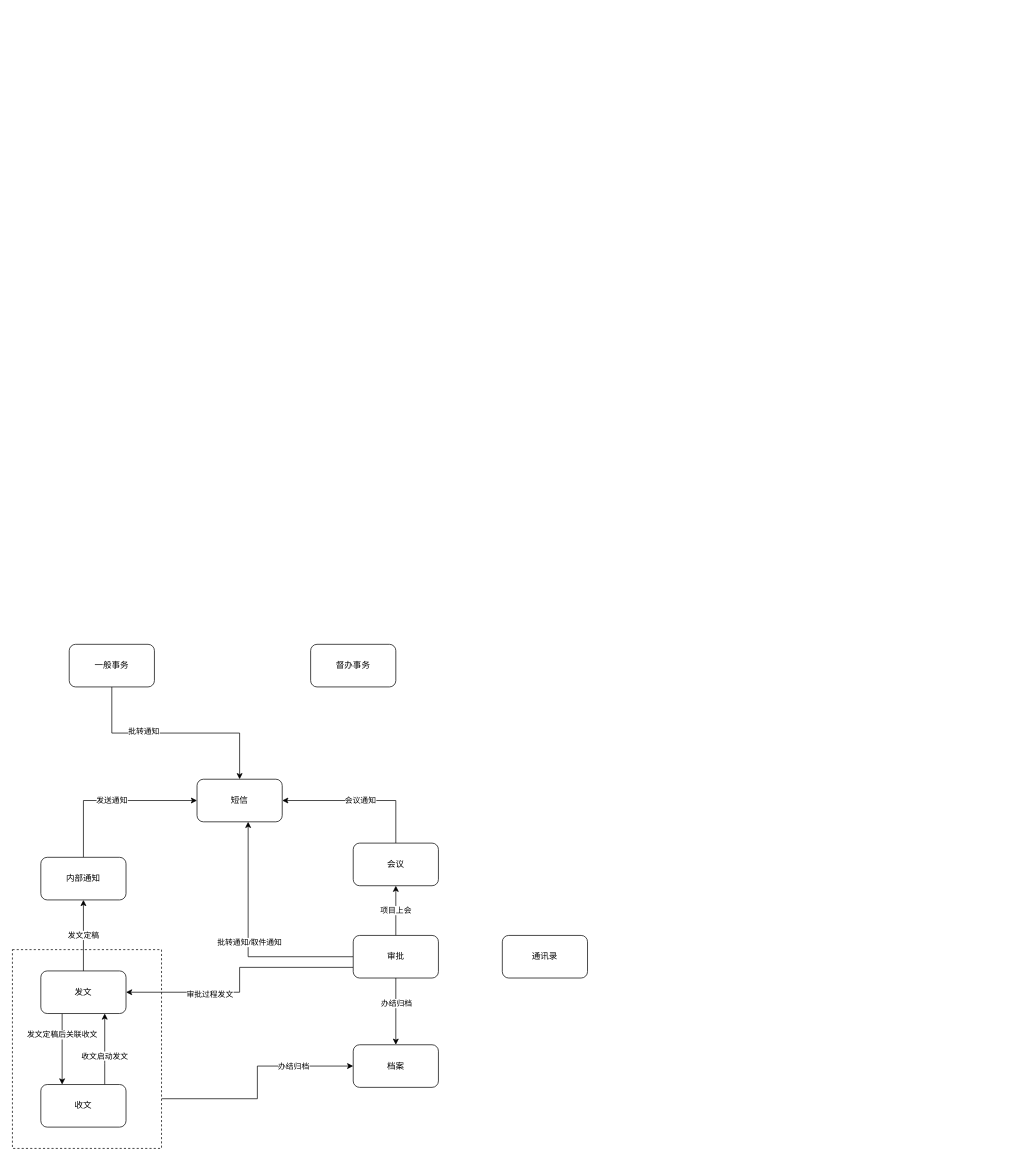
This is 一站式2022.drawio from yinyan168/StudyUML, a draw.io file, before an edit. Source tidied: cells renumbered, new cells numbered last; positions are measured from the earlier drawing's top-left corner, leaving out a move shared by most shapes. Both pictures are drawn from the tidied source at 71%, with x=0, y=0 at pixel (12, 644).
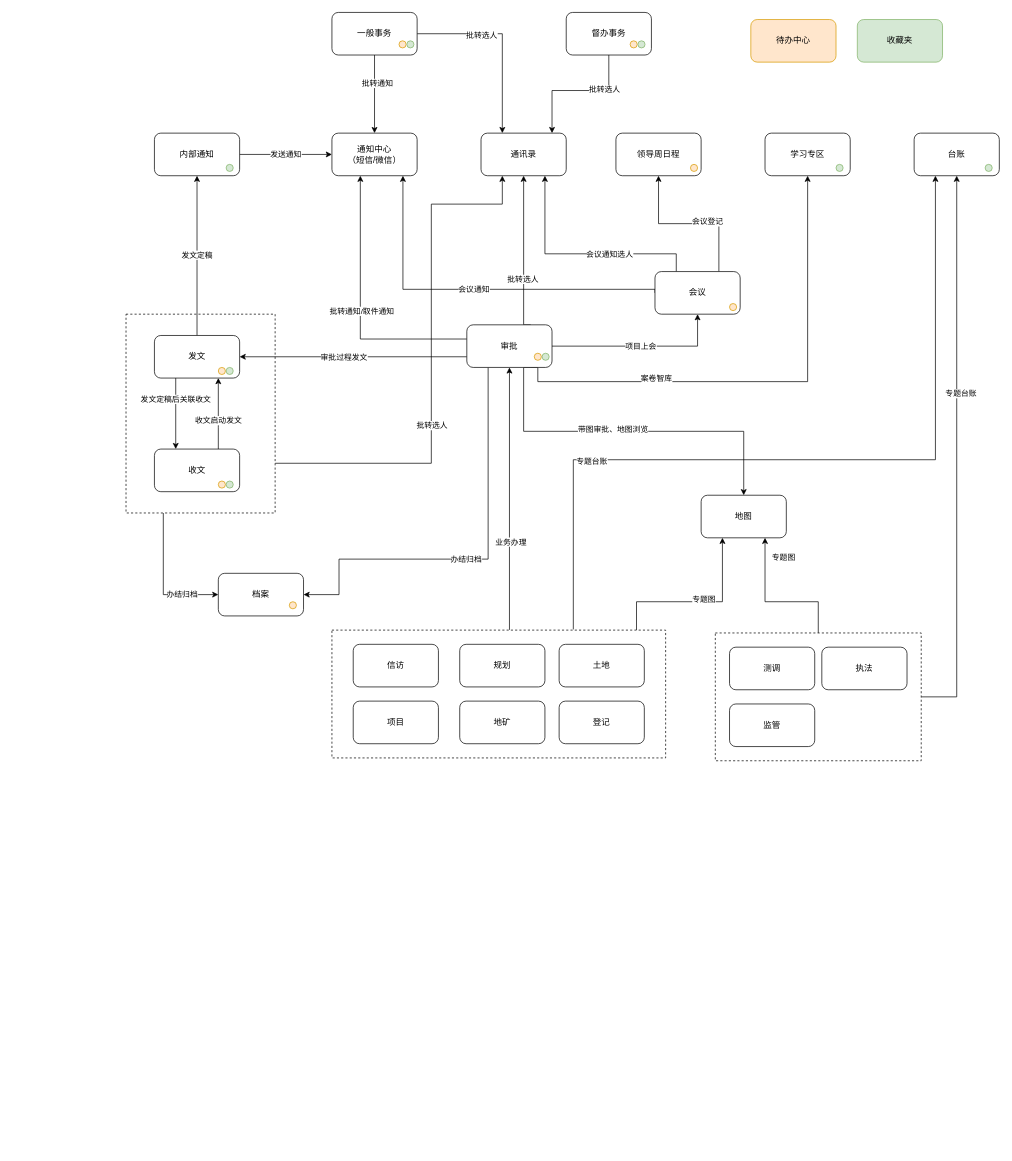
After the change.

Commit message (it also covers changes not shown here):
更新一站式2022.drawio

The edit, as a diff of the source:
```diff
@@
+    <mxCell id="29" style="edgeStyle=orthogonalEdgeStyle;rounded=0;jettySize=auto;html=1;exitX=1;exitY=0.5;exitDx=0;exitDy=0;entryX=0.5;entryY=1;entryDx=0;entryDy=0;" parent="1" edge="1" source="33" target="57">
+      <mxGeometry relative="1" as="geometry" />
+    </mxCell>
+    <mxCell id="30" value="专题台账" style="edgeLabel;html=1;align=center;verticalAlign=middle;" parent="29" vertex="1">
+      <mxGeometry x="0.22" y="-5" relative="1" as="geometry" />
+    </mxCell>
+    <mxCell id="31" style="edgeStyle=orthogonalEdgeStyle;rounded=0;jettySize=auto;html=1;entryX=0.75;entryY=1;entryDx=0;entryDy=0;" parent="1" edge="1" source="33" target="58">
+      <mxGeometry relative="1" as="geometry">
+        <Array as="points">
+          <mxPoint x="1135" y="-60" />
+          <mxPoint x="1060" y="-60" />
+        </Array>
+      </mxGeometry>
+    </mxCell>
+    <mxCell id="32" value="专题图" style="edgeLabel;html=1;align=center;verticalAlign=middle;" parent="31" vertex="1">
+      <mxGeometry x="-0.47" y="-4" relative="1" as="geometry">
+        <mxPoint x="-39" y="-59" as="offset" />
+      </mxGeometry>
+    </mxCell>
+    <mxCell id="33" style="rounded=0;whiteSpace=wrap;html=1;dashed=1;" parent="1" vertex="1">
+      <mxGeometry x="990" y="-16" width="290" height="180" as="geometry" />
+    </mxCell>
+    <mxCell id="34" style="edgeStyle=orthogonalEdgeStyle;rounded=0;jettySize=auto;html=1;exitX=0.532;exitY=-0.002;exitDx=0;exitDy=0;exitPerimeter=0;" parent="1" edge="1" source="40" target="22">
+      <mxGeometry relative="1" as="geometry" />
+    </mxCell>
+    <mxCell id="35" value="业务办理" style="edgeLabel;html=1;align=center;verticalAlign=middle;" parent="34" vertex="1">
+      <mxGeometry x="-0.33" y="-1" relative="1" as="geometry" />
+    </mxCell>
+    <mxCell id="36" style="edgeStyle=orthogonalEdgeStyle;rounded=0;jettySize=auto;html=1;entryX=0.25;entryY=1;entryDx=0;entryDy=0;" parent="1" edge="1" target="57">
+      <mxGeometry relative="1" as="geometry">
+        <mxPoint x="790" y="-21" as="sourcePoint" />
+        <Array as="points">
+          <mxPoint x="790" y="-260" />
+          <mxPoint x="1300" y="-260" />
+        </Array>
+      </mxGeometry>
+    </mxCell>
+    <mxCell id="37" value="专题台账" style="edgeLabel;html=1;align=center;verticalAlign=middle;" parent="36" vertex="1">
+      <mxGeometry x="-0.54" y="-1" relative="1" as="geometry" />
+    </mxCell>
+    <mxCell id="38" style="edgeStyle=orthogonalEdgeStyle;rounded=0;jettySize=auto;html=1;entryX=0.25;entryY=1;entryDx=0;entryDy=0;" parent="1" edge="1" source="40" target="58">
+      <mxGeometry relative="1" as="geometry">
+        <Array as="points">
+          <mxPoint x="879" y="-60" />
+          <mxPoint x="1000" y="-60" />
+        </Array>
+      </mxGeometry>
+    </mxCell>
+    <mxCell id="39" value="专题图" style="edgeLabel;html=1;align=center;verticalAlign=middle;" parent="38" vertex="1">
+      <mxGeometry x="0.32" y="1" relative="1" as="geometry">
+        <mxPoint x="-26" y="1" as="offset" />
+      </mxGeometry>
+    </mxCell>
+    <mxCell id="40" style="rounded=0;whiteSpace=wrap;html=1;dashed=1;" parent="1" vertex="1">
+      <mxGeometry x="450" y="-20" width="470" height="180" as="geometry" />
+    </mxCell>
-    <mxCell id="2" style="edgeStyle=orthogonalEdgeStyle;rounded=0;jettySize=auto;html=1;exitX=1;exitY=0.75;exitDx=0;exitDy=0;" parent="1" edge="1" source="4" target="27">
-      <mxGeometry relative="1" as="geometry" />
+    <mxCell id="2" style="edgeStyle=orthogonalEdgeStyle;rounded=0;jettySize=auto;html=1;exitX=0.25;exitY=1;exitDx=0;exitDy=0;entryX=0;entryY=0.5;entryDx=0;entryDy=0;" parent="1" edge="1" source="4" target="27">
+      <mxGeometry relative="1" as="geometry">
+        <Array as="points">
+          <mxPoint x="213" y="-70" />
+        </Array>
+      </mxGeometry>
     </mxCell>
@@
+    <mxCell id="41" style="edgeStyle=orthogonalEdgeStyle;rounded=0;jettySize=auto;html=1;exitX=1;exitY=0.75;exitDx=0;exitDy=0;entryX=0.25;entryY=1;entryDx=0;entryDy=0;" parent="1" edge="1" source="4" target="28">
+      <mxGeometry relative="1" as="geometry">
+        <Array as="points">
+          <mxPoint x="590" y="-255" />
+          <mxPoint x="590" y="-620" />
+          <mxPoint x="690" y="-620" />
+        </Array>
+      </mxGeometry>
+    </mxCell>
+    <mxCell id="42" value="批转选人" style="edgeLabel;html=1;align=center;verticalAlign=middle;" parent="41" vertex="1">
+      <mxGeometry x="-0.04" y="-1" relative="1" as="geometry">
+        <mxPoint x="-1" y="74" as="offset" />
+      </mxGeometry>
+    </mxCell>
     <mxCell id="4" style="rounded=0;whiteSpace=wrap;html=1;dashed=1;" parent="1" vertex="1">
-      <mxGeometry y="430" width="210" height="280" as="geometry" />
+      <mxGeometry x="160" y="-465" width="210" height="280" as="geometry" />
     </mxCell>
-    <mxCell id="5" value="发送通知" style="rounded=0;jettySize=auto;html=1;exitX=0.5;exitY=0;exitDx=0;exitDy=0;entryX=0;entryY=0.5;entryDx=0;entryDy=0;edgeStyle=orthogonalEdgeStyle;" parent="1" edge="1" source="6" target="12">
+    <mxCell id="5" value="发送通知" style="rounded=0;jettySize=auto;html=1;exitX=1;exitY=0.5;exitDx=0;exitDy=0;entryX=0;entryY=0.5;entryDx=0;entryDy=0;edgeStyle=orthogonalEdgeStyle;" parent="1" edge="1" source="6" target="12">
       <mxGeometry relative="1" as="geometry" />
     </mxCell>
     <mxCell id="6" value="内部通知" style="rounded=1;whiteSpace=wrap;html=1;" parent="1" vertex="1">
-      <mxGeometry x="40" y="300" width="120" height="60" as="geometry" />
+      <mxGeometry x="200" y="-720" width="120" height="60" as="geometry" />
     </mxCell>
@@
     <mxCell id="9" value="发文" style="rounded=1;whiteSpace=wrap;html=1;" parent="1" vertex="1">
-      <mxGeometry x="40" y="460" width="120" height="60" as="geometry" />
+      <mxGeometry x="200" y="-435" width="120" height="60" as="geometry" />
     </mxCell>
     <mxCell id="10" value="收文启动发文" style="edgeStyle=orthogonalEdgeStyle;rounded=0;jettySize=auto;html=1;entryX=0.75;entryY=1;entryDx=0;entryDy=0;exitX=0.75;exitY=0;exitDx=0;exitDy=0;" parent="1" edge="1" source="11" target="9">
       <mxGeometry x="-0.2" relative="1" as="geometry">
         <Array as="points">
-          <mxPoint x="130" y="590" />
-          <mxPoint x="130" y="590" />
+          <mxPoint x="290" y="-305" />
+          <mxPoint x="290" y="-305" />
         </Array>
       </mxGeometry>
     </mxCell>
     <mxCell id="11" value="收文" style="rounded=1;whiteSpace=wrap;html=1;" parent="1" vertex="1">
-      <mxGeometry x="40" y="620" width="120" height="60" as="geometry" />
+      <mxGeometry x="200" y="-275" width="120" height="60" as="geometry" />
     </mxCell>
-    <mxCell id="12" value="短信" style="rounded=1;whiteSpace=wrap;html=1;" parent="1" vertex="1">
-      <mxGeometry x="260" y="190" width="120" height="60" as="geometry" />
+    <mxCell id="12" value="通知中心&lt;br&gt;（短信/微信）" style="rounded=1;whiteSpace=wrap;html=1;" parent="1" vertex="1">
+      <mxGeometry x="450" y="-720" width="120" height="60" as="geometry" />
     </mxCell>
-    <mxCell id="13" value="会议通知" style="edgeStyle=orthogonalEdgeStyle;rounded=0;jettySize=auto;html=1;entryX=1;entryY=0.5;entryDx=0;entryDy=0;exitX=0.5;exitY=0;exitDx=0;exitDy=0;" parent="1" edge="1" source="14" target="12">
-      <mxGeometry relative="1" as="geometry" />
+    <mxCell id="13" value="会议通知" style="edgeStyle=orthogonalEdgeStyle;rounded=0;jettySize=auto;html=1;exitX=0;exitY=0.5;exitDx=0;exitDy=0;" parent="1" edge="1" source="14">
+      <mxGeometry relative="1" as="geometry">
+        <mxPoint x="550" y="-660" as="targetPoint" />
+        <Array as="points">
+          <mxPoint x="905" y="-500" />
+          <mxPoint x="550" y="-500" />
+        </Array>
+      </mxGeometry>
     </mxCell>
+    <mxCell id="43" style="edgeStyle=orthogonalEdgeStyle;rounded=0;jettySize=auto;html=1;exitX=0.25;exitY=0;exitDx=0;exitDy=0;" parent="1" edge="1" source="14" target="28">
+      <mxGeometry relative="1" as="geometry">
+        <Array as="points">
+          <mxPoint x="935" y="-550" />
+          <mxPoint x="750" y="-550" />
+        </Array>
+      </mxGeometry>
+    </mxCell>
+    <mxCell id="44" value="会议通知选人" style="edgeLabel;html=1;align=center;verticalAlign=middle;" parent="43" vertex="1">
+      <mxGeometry x="-0.53" y="-5" relative="1" as="geometry">
+        <mxPoint x="-45" y="5" as="offset" />
+      </mxGeometry>
+    </mxCell>
+    <mxCell id="45" style="edgeStyle=orthogonalEdgeStyle;rounded=0;jettySize=auto;html=1;exitX=0.75;exitY=0;exitDx=0;exitDy=0;" parent="1" edge="1" source="14" target="61">
+      <mxGeometry relative="1" as="geometry" />
+    </mxCell>
+    <mxCell id="46" value="会议登记" style="edgeLabel;html=1;align=center;verticalAlign=middle;" parent="45" vertex="1">
+      <mxGeometry x="-0.24" y="-3" relative="1" as="geometry" />
+    </mxCell>
     <mxCell id="14" value="会议" style="rounded=1;whiteSpace=wrap;html=1;" parent="1" vertex="1">
-      <mxGeometry x="480" y="280" width="120" height="60" as="geometry" />
+      <mxGeometry x="905" y="-525" width="120" height="60" as="geometry" />
     </mxCell>
-    <mxCell id="15" value="项目上会" style="edgeStyle=none;rounded=0;jettySize=auto;html=1;entryX=0.5;entryY=1;entryDx=0;entryDy=0;" parent="1" edge="1" source="22" target="14">
+    <mxCell id="15" value="项目上会" style="edgeStyle=orthogonalEdgeStyle;rounded=0;jettySize=auto;html=1;entryX=0.5;entryY=1;entryDx=0;entryDy=0;" parent="1" edge="1" source="22" target="14">
       <mxGeometry relative="1" as="geometry" />
     </mxCell>
-    <mxCell id="16" style="edgeStyle=orthogonalEdgeStyle;rounded=0;jettySize=auto;html=1;entryX=0.6;entryY=1;entryDx=0;entryDy=0;entryPerimeter=0;" parent="1" edge="1" source="22" target="12">
-      <mxGeometry relative="1" as="geometry" />
+    <mxCell id="16" style="edgeStyle=orthogonalEdgeStyle;rounded=0;jettySize=auto;html=1;" parent="1" edge="1" source="22" target="12">
+      <mxGeometry relative="1" as="geometry">
+        <Array as="points">
+          <mxPoint x="490" y="-430" />
+        </Array>
+      </mxGeometry>
     </mxCell>
@@
+    <mxCell id="20" style="edgeStyle=orthogonalEdgeStyle;rounded=0;jettySize=auto;html=1;exitX=0;exitY=0.75;exitDx=0;exitDy=0;" parent="1" edge="1" source="22" target="9">
+      <mxGeometry relative="1" as="geometry" />
+    </mxCell>
+    <mxCell id="21" value="审批过程发文" style="edgeLabel;html=1;align=center;verticalAlign=middle;" parent="20" vertex="1">
+      <mxGeometry x="0.34" y="2" relative="1" as="geometry">
+        <mxPoint x="40" y="-2" as="offset" />
+      </mxGeometry>
+    </mxCell>
+    <mxCell id="47" style="edgeStyle=orthogonalEdgeStyle;rounded=0;jettySize=auto;html=1;exitX=0.75;exitY=0;exitDx=0;exitDy=0;" parent="1" edge="1" source="22" target="28">
+      <mxGeometry relative="1" as="geometry">
+        <Array as="points">
+          <mxPoint x="720" y="-450" />
+        </Array>
+      </mxGeometry>
+    </mxCell>
+    <mxCell id="48" value="批转选人" style="edgeLabel;html=1;align=center;verticalAlign=middle;" parent="47" vertex="1">
+      <mxGeometry x="-0.32" y="2" relative="1" as="geometry" />
+    </mxCell>
+    <mxCell id="49" style="edgeStyle=orthogonalEdgeStyle;rounded=0;jettySize=auto;html=1;exitX=0.75;exitY=1;exitDx=0;exitDy=0;" parent="1" edge="1" source="22" target="58">
+      <mxGeometry relative="1" as="geometry">
+        <Array as="points">
+          <mxPoint x="720" y="-390" />
+          <mxPoint x="720" y="-300" />
+          <mxPoint x="1030" y="-300" />
+        </Array>
+      </mxGeometry>
+    </mxCell>
+    <mxCell id="50" value="带图审批、地图浏览" style="edgeLabel;html=1;align=center;verticalAlign=middle;" parent="49" vertex="1">
+      <mxGeometry x="-0.1" y="4" relative="1" as="geometry" />
+    </mxCell>
-    <mxCell id="18" style="edgeStyle=orthogonalEdgeStyle;rounded=0;jettySize=auto;html=1;exitX=0.5;exitY=1;exitDx=0;exitDy=0;entryX=0.5;entryY=0;entryDx=0;entryDy=0;" parent="1" edge="1" source="22" target="27">
-      <mxGeometry relative="1" as="geometry" />
+    <mxCell id="18" style="edgeStyle=orthogonalEdgeStyle;rounded=0;jettySize=auto;html=1;exitX=0.25;exitY=1;exitDx=0;exitDy=0;entryX=1;entryY=0.5;entryDx=0;entryDy=0;" parent="1" edge="1" source="22" target="27">
+      <mxGeometry relative="1" as="geometry">
+        <Array as="points">
+          <mxPoint x="670" y="-120" />
+          <mxPoint x="460" y="-120" />
+          <mxPoint x="460" y="-70" />
+        </Array>
+      </mxGeometry>
     </mxCell>
     <mxCell id="19" value="办结归档" style="edgeLabel;html=1;align=center;verticalAlign=middle;" parent="18" vertex="1">
-      <mxGeometry x="-0.26" relative="1" as="geometry" />
+      <mxGeometry x="0.04" relative="1" as="geometry" />
     </mxCell>
-    <mxCell id="20" style="edgeStyle=orthogonalEdgeStyle;rounded=0;jettySize=auto;html=1;exitX=0;exitY=0.75;exitDx=0;exitDy=0;" parent="1" edge="1" source="22" target="9">
-      <mxGeometry relative="1" as="geometry" />
-    </mxCell>
-    <mxCell id="21" value="审批过程发文" style="edgeLabel;html=1;align=center;verticalAlign=middle;" parent="20" vertex="1">
-      <mxGeometry x="0.34" y="2" relative="1" as="geometry" />
-    </mxCell>
+    <mxCell id="51" style="edgeStyle=orthogonalEdgeStyle;rounded=0;jettySize=auto;html=1;exitX=0.75;exitY=1;exitDx=0;exitDy=0;entryX=0.5;entryY=1;entryDx=0;entryDy=0;" parent="1" edge="1" source="22" target="60">
+      <mxGeometry relative="1" as="geometry">
+        <Array as="points">
+          <mxPoint x="740" y="-390" />
+          <mxPoint x="740" y="-370" />
+          <mxPoint x="1120" y="-370" />
+        </Array>
+      </mxGeometry>
+    </mxCell>
+    <mxCell id="52" value="案卷智库" style="edgeLabel;html=1;align=center;verticalAlign=middle;" parent="51" vertex="1">
+      <mxGeometry x="-0.44" y="-4" relative="1" as="geometry">
+        <mxPoint y="-9" as="offset" />
+      </mxGeometry>
+    </mxCell>
     <mxCell id="22" value="审批" style="rounded=1;whiteSpace=wrap;html=1;" parent="1" vertex="1">
-      <mxGeometry x="480" y="410" width="120" height="60" as="geometry" />
+      <mxGeometry x="640" y="-450" width="120" height="60" as="geometry" />
     </mxCell>
@@
+    <mxCell id="53" style="edgeStyle=orthogonalEdgeStyle;rounded=0;jettySize=auto;html=1;" parent="1" edge="1" target="28">
+      <mxGeometry relative="1" as="geometry">
+        <mxPoint x="570" y="-860" as="sourcePoint" />
+        <Array as="points">
+          <mxPoint x="690" y="-860" />
+        </Array>
+      </mxGeometry>
+    </mxCell>
+    <mxCell id="54" value="批转选人" style="edgeLabel;html=1;align=center;verticalAlign=middle;" parent="53" vertex="1">
+      <mxGeometry x="-0.31" y="-2" relative="1" as="geometry" />
+    </mxCell>
     <mxCell id="25" value="一般事务" style="rounded=1;whiteSpace=wrap;html=1;" parent="1" vertex="1">
-      <mxGeometry x="80" width="120" height="60" as="geometry" />
+      <mxGeometry x="450" y="-890" width="120" height="60" as="geometry" />
     </mxCell>
+    <mxCell id="55" style="edgeStyle=orthogonalEdgeStyle;rounded=0;jettySize=auto;html=1;" parent="1" edge="1" source="26" target="28">
+      <mxGeometry relative="1" as="geometry">
+        <Array as="points">
+          <mxPoint x="840" y="-780" />
+          <mxPoint x="760" y="-780" />
+        </Array>
+      </mxGeometry>
+    </mxCell>
+    <mxCell id="56" value="批转选人" style="edgeLabel;html=1;align=center;verticalAlign=middle;" parent="55" vertex="1">
+      <mxGeometry x="-0.4" y="-2" relative="1" as="geometry" />
+    </mxCell>
     <mxCell id="26" value="督办事务" style="rounded=1;whiteSpace=wrap;html=1;" parent="1" vertex="1">
-      <mxGeometry x="420" width="120" height="60" as="geometry" />
+      <mxGeometry x="780" y="-890" width="120" height="60" as="geometry" />
     </mxCell>
     <mxCell id="27" value="档案" style="rounded=1;whiteSpace=wrap;html=1;" parent="1" vertex="1">
-      <mxGeometry x="480" y="564" width="120" height="60" as="geometry" />
+      <mxGeometry x="290" y="-100" width="120" height="60" as="geometry" />
     </mxCell>
     <mxCell id="28" value="通讯录" style="rounded=1;whiteSpace=wrap;html=1;" parent="1" vertex="1">
-      <mxGeometry x="690" y="410" width="120" height="60" as="geometry" />
+      <mxGeometry x="660" y="-720" width="120" height="60" as="geometry" />
     </mxCell>
+    <mxCell id="57" value="台账" style="rounded=1;whiteSpace=wrap;html=1;" parent="1" vertex="1">
+      <mxGeometry x="1270" y="-720" width="120" height="60" as="geometry" />
+    </mxCell>
+    <mxCell id="58" value="地图" style="rounded=1;whiteSpace=wrap;html=1;" parent="1" vertex="1">
+      <mxGeometry x="970" y="-210" width="120" height="60" as="geometry" />
+    </mxCell>
+    <mxCell id="59" value="信访" style="rounded=1;whiteSpace=wrap;html=1;" parent="1" vertex="1">
+      <mxGeometry x="480" width="120" height="60" as="geometry" />
+    </mxCell>
+    <mxCell id="60" value="学习专区" style="rounded=1;whiteSpace=wrap;html=1;" parent="1" vertex="1">
+      <mxGeometry x="1060" y="-720" width="120" height="60" as="geometry" />
+    </mxCell>
+    <mxCell id="61" value="领导周日程" style="rounded=1;whiteSpace=wrap;html=1;" parent="1" vertex="1">
+      <mxGeometry x="850" y="-720" width="120" height="60" as="geometry" />
+    </mxCell>
+    <mxCell id="62" value="收藏夹" style="rounded=1;whiteSpace=wrap;html=1;fillColor=#d5e8d4;strokeColor=#82b366;" parent="1" vertex="1">
+      <mxGeometry x="1190" y="-880" width="120" height="60" as="geometry" />
+    </mxCell>
+    <mxCell id="63" value="待办中心" style="rounded=1;whiteSpace=wrap;html=1;fillColor=#ffe6cc;strokeColor=#d79b00;" parent="1" vertex="1">
+      <mxGeometry x="1040" y="-880" width="120" height="60" as="geometry" />
+    </mxCell>
+    <mxCell id="64" value="规划" style="rounded=1;whiteSpace=wrap;html=1;" parent="1" vertex="1">
+      <mxGeometry x="630" width="120" height="60" as="geometry" />
+    </mxCell>
+    <mxCell id="65" value="土地" style="rounded=1;whiteSpace=wrap;html=1;" parent="1" vertex="1">
+      <mxGeometry x="770" width="120" height="60" as="geometry" />
+    </mxCell>
+    <mxCell id="66" value="项目" style="rounded=1;whiteSpace=wrap;html=1;" parent="1" vertex="1">
+      <mxGeometry x="480" y="80" width="120" height="60" as="geometry" />
+    </mxCell>
+    <mxCell id="67" value="地矿" style="rounded=1;whiteSpace=wrap;html=1;" parent="1" vertex="1">
+      <mxGeometry x="630" y="80" width="120" height="60" as="geometry" />
+    </mxCell>
+    <mxCell id="68" value="登记" style="rounded=1;whiteSpace=wrap;html=1;" parent="1" vertex="1">
+      <mxGeometry x="770" y="80" width="120" height="60" as="geometry" />
+    </mxCell>
+    <mxCell id="69" value="测调" style="rounded=1;whiteSpace=wrap;html=1;" parent="1" vertex="1">
+      <mxGeometry x="1010" y="4" width="120" height="60" as="geometry" />
+    </mxCell>
+    <mxCell id="70" value="执法" style="rounded=1;whiteSpace=wrap;html=1;" parent="1" vertex="1">
+      <mxGeometry x="1140" y="4" width="120" height="60" as="geometry" />
+    </mxCell>
+    <mxCell id="71" value="监管" style="rounded=1;whiteSpace=wrap;html=1;" parent="1" vertex="1">
+      <mxGeometry x="1010" y="84" width="120" height="60" as="geometry" />
+    </mxCell>
+    <mxCell id="72" style="group;" parent="1" vertex="1">
+      <mxGeometry x="544.5" y="-850" width="21" height="10" as="geometry" />
+    </mxCell>
+    <mxCell id="73" style="ellipse;whiteSpace=wrap;html=1;fillColor=#ffe6cc;strokeColor=#d79b00;" parent="72" vertex="1">
+      <mxGeometry width="10" height="10" as="geometry" />
+    </mxCell>
+    <mxCell id="74" style="ellipse;whiteSpace=wrap;html=1;fillColor=#d5e8d4;strokeColor=#82b366;" parent="72" vertex="1">
+      <mxGeometry x="11" width="10" height="10" as="geometry" />
+    </mxCell>
+    <mxCell id="75" style="group;" parent="1" vertex="1">
+      <mxGeometry x="870" y="-850" width="21" height="10" as="geometry" />
+    </mxCell>
+    <mxCell id="76" style="ellipse;whiteSpace=wrap;html=1;fillColor=#ffe6cc;strokeColor=#d79b00;" parent="75" vertex="1">
+      <mxGeometry width="10" height="10" as="geometry" />
+    </mxCell>
+    <mxCell id="77" style="ellipse;whiteSpace=wrap;html=1;fillColor=#d5e8d4;strokeColor=#82b366;" parent="75" vertex="1">
+      <mxGeometry x="11" width="10" height="10" as="geometry" />
+    </mxCell>
+    <mxCell id="78" style="group;" parent="1" vertex="1">
+      <mxGeometry x="290" y="-390" width="21" height="10" as="geometry" />
+    </mxCell>
+    <mxCell id="79" style="ellipse;whiteSpace=wrap;html=1;fillColor=#ffe6cc;strokeColor=#d79b00;" parent="78" vertex="1">
+      <mxGeometry width="10" height="10" as="geometry" />
+    </mxCell>
+    <mxCell id="80" style="ellipse;whiteSpace=wrap;html=1;fillColor=#d5e8d4;strokeColor=#82b366;" parent="78" vertex="1">
+      <mxGeometry x="11" width="10" height="10" as="geometry" />
+    </mxCell>
+    <mxCell id="81" style="group;" parent="1" vertex="1">
+      <mxGeometry x="290" y="-230" width="21" height="10" as="geometry" />
+    </mxCell>
+    <mxCell id="82" style="ellipse;whiteSpace=wrap;html=1;fillColor=#ffe6cc;strokeColor=#d79b00;" parent="81" vertex="1">
+      <mxGeometry width="10" height="10" as="geometry" />
+    </mxCell>
+    <mxCell id="83" style="ellipse;whiteSpace=wrap;html=1;fillColor=#d5e8d4;strokeColor=#82b366;" parent="81" vertex="1">
+      <mxGeometry x="11" width="10" height="10" as="geometry" />
+    </mxCell>
+    <mxCell id="84" style="group;" parent="1" vertex="1">
+      <mxGeometry x="735" y="-410" width="21" height="10" as="geometry" />
+    </mxCell>
+    <mxCell id="85" style="ellipse;whiteSpace=wrap;html=1;fillColor=#ffe6cc;strokeColor=#d79b00;" parent="84" vertex="1">
+      <mxGeometry width="10" height="10" as="geometry" />
+    </mxCell>
+    <mxCell id="86" style="ellipse;whiteSpace=wrap;html=1;fillColor=#d5e8d4;strokeColor=#82b366;" parent="84" vertex="1">
+      <mxGeometry x="11" width="10" height="10" as="geometry" />
+    </mxCell>
+    <mxCell id="87" style="ellipse;whiteSpace=wrap;html=1;fillColor=#ffe6cc;strokeColor=#d79b00;" parent="1" vertex="1">
+      <mxGeometry x="1010" y="-480" width="10" height="10" as="geometry" />
+    </mxCell>
+    <mxCell id="88" style="ellipse;whiteSpace=wrap;html=1;fillColor=#ffe6cc;strokeColor=#d79b00;" parent="1" vertex="1">
+      <mxGeometry x="955" y="-676" width="10" height="10" as="geometry" />
+    </mxCell>
+    <mxCell id="89" style="ellipse;whiteSpace=wrap;html=1;fillColor=#ffe6cc;strokeColor=#d79b00;" parent="1" vertex="1">
+      <mxGeometry x="390" y="-60" width="10" height="10" as="geometry" />
+    </mxCell>
+    <mxCell id="90" style="ellipse;whiteSpace=wrap;html=1;fillColor=#d5e8d4;strokeColor=#82b366;" parent="1" vertex="1">
+      <mxGeometry x="301" y="-676" width="10" height="10" as="geometry" />
+    </mxCell>
+    <mxCell id="91" style="ellipse;whiteSpace=wrap;html=1;fillColor=#d5e8d4;strokeColor=#82b366;" parent="1" vertex="1">
+      <mxGeometry x="1370" y="-676" width="10" height="10" as="geometry" />
+    </mxCell>
+    <mxCell id="92" style="ellipse;whiteSpace=wrap;html=1;fillColor=#d5e8d4;strokeColor=#82b366;" parent="1" vertex="1">
+      <mxGeometry x="1160" y="-676" width="10" height="10" as="geometry" />
+    </mxCell>
```
